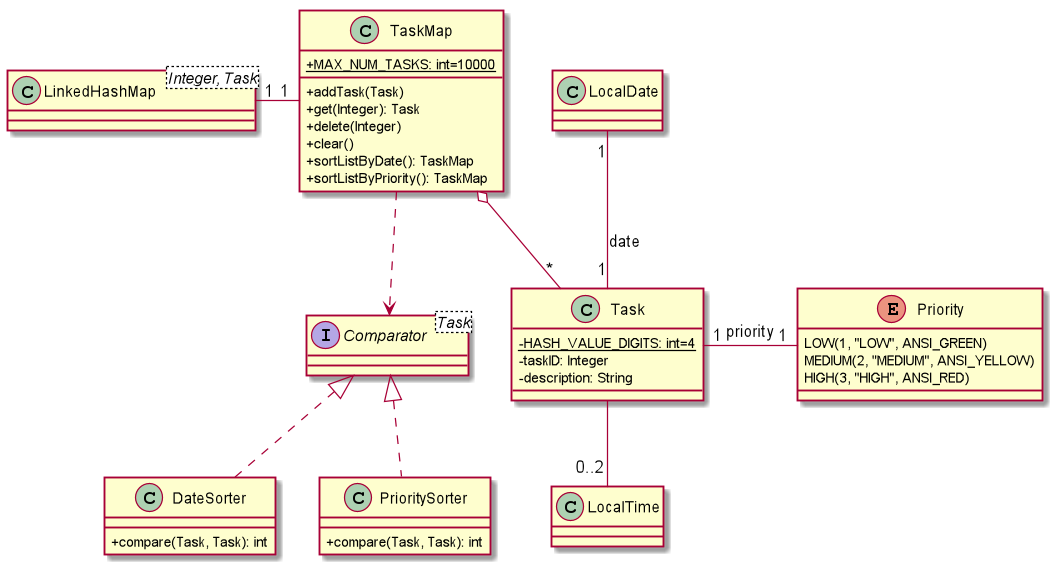
Above: docs/diagrams/TaskMapClass.png in nus-cs2113-AY2021S1/tp (PlantUML), before the change.
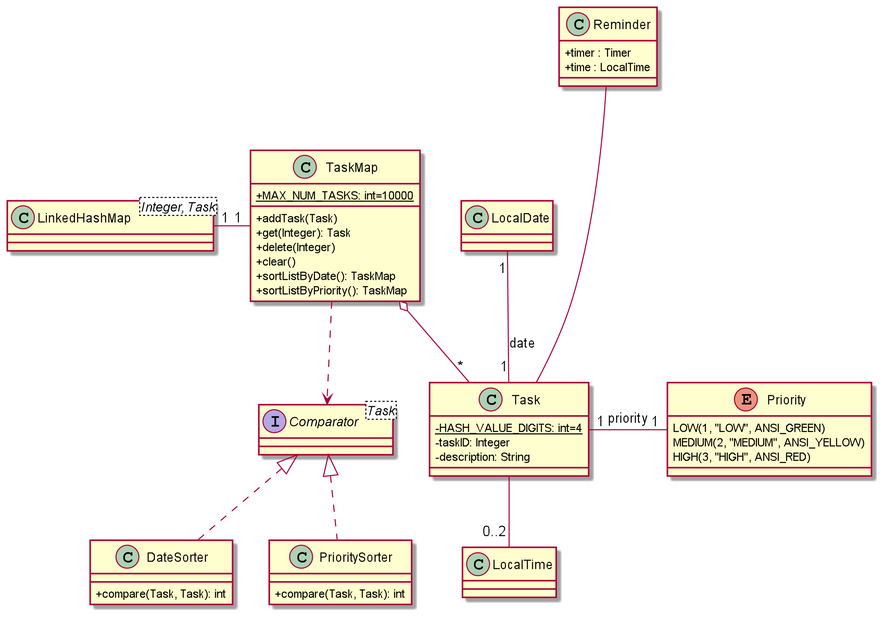
The same diagram one commit later.

Commit message:
Edited DG use and manual testing, edited TaskMapClass uml diagram

What changed in the source:
```diff
@@ -39,6 +39,12 @@
 Task --"0..2" LocalTime
 
 
+Reminder --- Task
+
+class Reminder {
+    +timer : Timer
+    +time : LocalTime
+}
 
 
 interface Comparator<Task>
```
